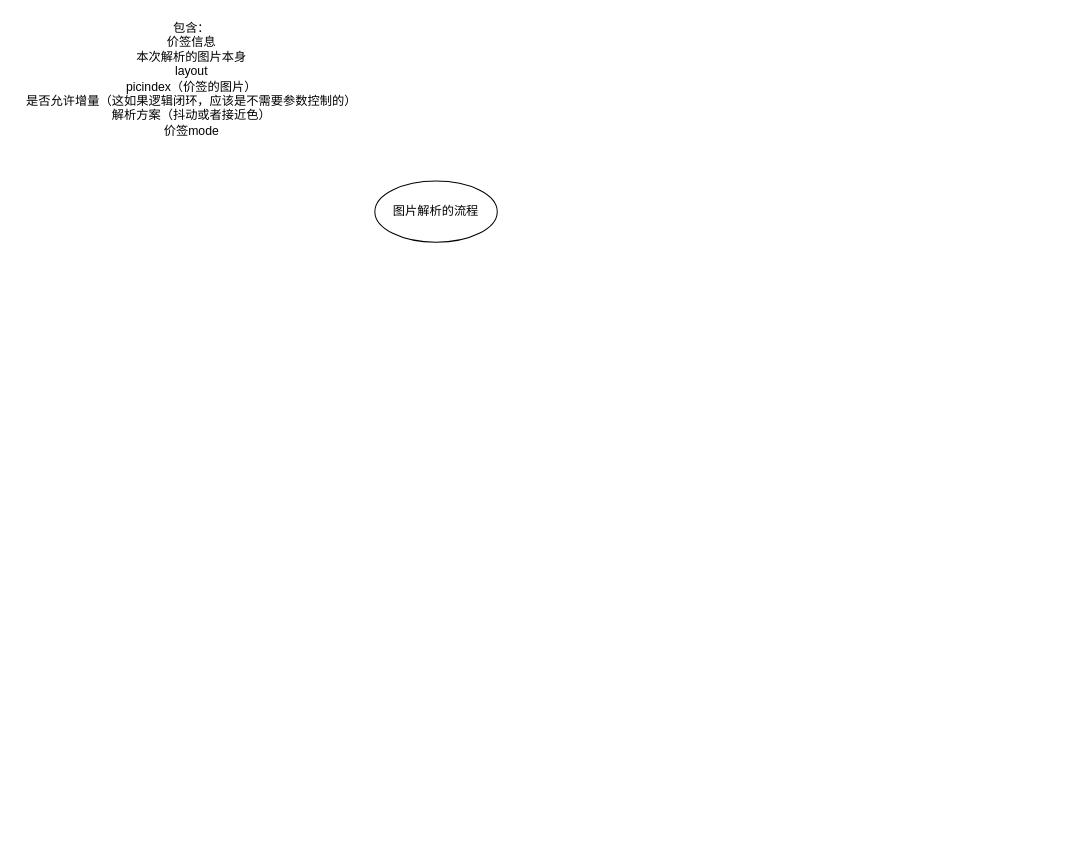
Earlier version of the draw.io diagram zk-esl增量刷图的流程.drawio (O-kai/draw_io_repository). Source tidied: cells renumbered, new cells numbered last; positions are measured from the earlier drawing's top-left corner, leaving out a move shared by most shapes. Both pictures are drawn from the tidied source at 102%, with x=0, y=0 at pixel (17, 17).
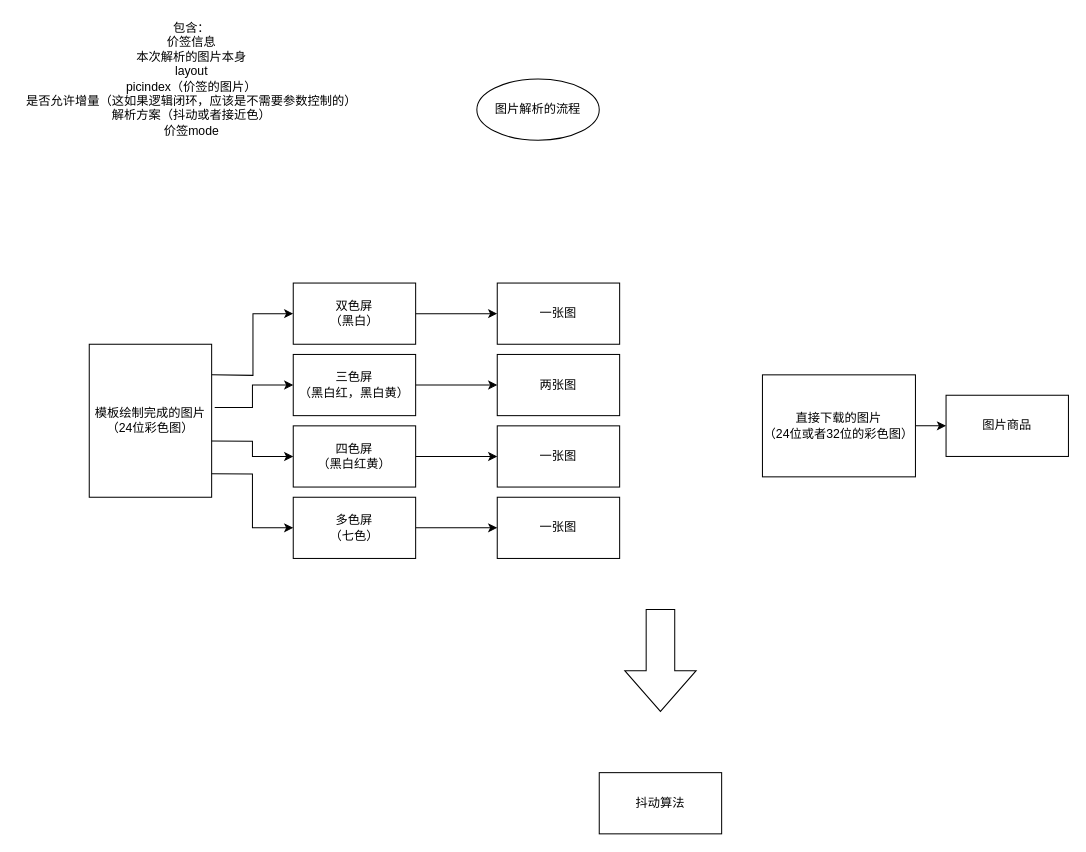
Above is the later version.

Commit message:
更新zk-esl增量刷图的流程.drawio

Diff of the diagram source:
```diff
@@
     <mxCell id="2" value="图片解析的流程" style="ellipse;whiteSpace=wrap;html=1;" parent="1" vertex="1">
-      <mxGeometry x="350" y="160" width="120" height="60" as="geometry" />
+      <mxGeometry x="450" y="60" width="120" height="60" as="geometry" />
     </mxCell>
@@
+    <mxCell id="4" style="edgeStyle=orthogonalEdgeStyle;rounded=0;jettySize=auto;html=1;entryX=0;entryY=0.5;entryDx=0;entryDy=0;" parent="1" edge="1" target="13">
+      <mxGeometry relative="1" as="geometry">
+        <mxPoint x="190" y="350" as="sourcePoint" />
+      </mxGeometry>
+    </mxCell>
+    <mxCell id="5" style="edgeStyle=orthogonalEdgeStyle;rounded=0;jettySize=auto;html=1;exitX=1.025;exitY=0.413;exitDx=0;exitDy=0;entryX=0;entryY=0.5;entryDx=0;entryDy=0;exitPerimeter=0;" parent="1" edge="1" source="8" target="15">
+      <mxGeometry relative="1" as="geometry" />
+    </mxCell>
+    <mxCell id="6" style="edgeStyle=orthogonalEdgeStyle;rounded=0;jettySize=auto;html=1;exitX=0.992;exitY=0.633;exitDx=0;exitDy=0;entryX=0;entryY=0.5;entryDx=0;entryDy=0;exitPerimeter=0;" parent="1" edge="1" source="8" target="17">
+      <mxGeometry relative="1" as="geometry" />
+    </mxCell>
+    <mxCell id="7" style="edgeStyle=orthogonalEdgeStyle;rounded=0;jettySize=auto;html=1;exitX=0.992;exitY=0.847;exitDx=0;exitDy=0;entryX=0;entryY=0.5;entryDx=0;entryDy=0;exitPerimeter=0;" parent="1" edge="1" source="8" target="19">
+      <mxGeometry relative="1" as="geometry" />
+    </mxCell>
+    <mxCell id="8" value="模板绘制完成的图片&lt;br&gt;（24位彩色图）" style="whiteSpace=wrap;html=1;" parent="1" vertex="1">
+      <mxGeometry x="70" y="320" width="120" height="150" as="geometry" />
+    </mxCell>
+    <mxCell id="9" style="edgeStyle=orthogonalEdgeStyle;rounded=0;jettySize=auto;html=1;exitX=1;exitY=0.5;exitDx=0;exitDy=0;" parent="1" edge="1" source="10" target="11">
+      <mxGeometry relative="1" as="geometry" />
+    </mxCell>
+    <mxCell id="10" value="直接下载的图片&lt;br&gt;（24位或者32位的彩色图）" style="whiteSpace=wrap;html=1;" parent="1" vertex="1">
+      <mxGeometry x="730" y="350" width="150" height="100" as="geometry" />
+    </mxCell>
+    <mxCell id="11" value="图片商品" style="whiteSpace=wrap;html=1;" parent="1" vertex="1">
+      <mxGeometry x="910" y="370" width="120" height="60" as="geometry" />
+    </mxCell>
+    <mxCell id="12" style="edgeStyle=orthogonalEdgeStyle;rounded=0;jettySize=auto;html=1;" parent="1" edge="1" source="13" target="20">
+      <mxGeometry relative="1" as="geometry" />
+    </mxCell>
+    <mxCell id="13" value="双色屏&lt;br&gt;（黑白）" style="whiteSpace=wrap;html=1;" parent="1" vertex="1">
+      <mxGeometry x="270" y="260" width="120" height="60" as="geometry" />
+    </mxCell>
+    <mxCell id="14" style="edgeStyle=orthogonalEdgeStyle;rounded=0;jettySize=auto;html=1;" parent="1" edge="1" source="15" target="21">
+      <mxGeometry relative="1" as="geometry" />
+    </mxCell>
+    <mxCell id="15" value="三色屏&lt;br&gt;（黑白红，黑白黄）" style="whiteSpace=wrap;html=1;" parent="1" vertex="1">
+      <mxGeometry x="270" y="330" width="120" height="60" as="geometry" />
+    </mxCell>
+    <mxCell id="16" style="edgeStyle=orthogonalEdgeStyle;rounded=0;jettySize=auto;html=1;" parent="1" edge="1" source="17" target="22">
+      <mxGeometry relative="1" as="geometry" />
+    </mxCell>
+    <mxCell id="17" value="四色屏&lt;br&gt;（黑白红黄）" style="whiteSpace=wrap;html=1;" parent="1" vertex="1">
+      <mxGeometry x="270" y="400" width="120" height="60" as="geometry" />
+    </mxCell>
+    <mxCell id="18" style="edgeStyle=orthogonalEdgeStyle;rounded=0;jettySize=auto;html=1;" parent="1" edge="1" source="19" target="23">
+      <mxGeometry relative="1" as="geometry" />
+    </mxCell>
+    <mxCell id="19" value="多色屏&lt;br&gt;（七色）" style="whiteSpace=wrap;html=1;" parent="1" vertex="1">
+      <mxGeometry x="270" y="470" width="120" height="60" as="geometry" />
+    </mxCell>
+    <mxCell id="20" value="一张图" style="whiteSpace=wrap;html=1;" parent="1" vertex="1">
+      <mxGeometry x="470" y="260" width="120" height="60" as="geometry" />
+    </mxCell>
+    <mxCell id="21" value="两张图" style="whiteSpace=wrap;html=1;" parent="1" vertex="1">
+      <mxGeometry x="470" y="330" width="120" height="60" as="geometry" />
+    </mxCell>
+    <mxCell id="22" value="一张图" style="whiteSpace=wrap;html=1;" parent="1" vertex="1">
+      <mxGeometry x="470" y="400" width="120" height="60" as="geometry" />
+    </mxCell>
+    <mxCell id="23" value="一张图" style="whiteSpace=wrap;html=1;" parent="1" vertex="1">
+      <mxGeometry x="470" y="470" width="120" height="60" as="geometry" />
+    </mxCell>
+    <mxCell id="24" value="抖动算法" style="whiteSpace=wrap;html=1;" parent="1" vertex="1">
+      <mxGeometry x="570" y="740" width="120" height="60" as="geometry" />
+    </mxCell>
+    <mxCell id="25" style="html=1;shadow=0;dashed=0;align=center;verticalAlign=middle;shape=mxgraph.arrows2.arrow;dy=0.6;dx=40;direction=south;notch=0;" parent="1" vertex="1">
+      <mxGeometry x="595" y="580" width="70" height="100" as="geometry" />
+    </mxCell>
```
